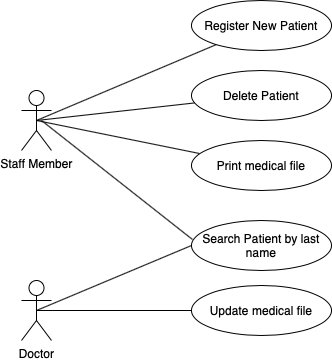
This is Design/use_case.png from bianchimichele/Progetto_Ing_sw_Bianchi_Michele, a draw.io export, as it was before one commit. Source tidied: cells renumbered, new cells last; positions are measured from the earlier drawing's top-left corner, leaving out a move shared by most shapes. The source it was exported from:
```xml
<mxGraphModel background="#ffffff">
  <root>
    <mxCell id="0" />
    <mxCell id="1" parent="0" />
    <mxCell id="2" value="Staff Member" style="shape=umlActor;verticalLabelPosition=bottom;verticalAlign=top;html=1;outlineConnect=0;" parent="1" vertex="1">
      <mxGeometry y="90" width="30" height="60" as="geometry" />
    </mxCell>
    <mxCell id="3" value="Doctor" style="shape=umlActor;verticalLabelPosition=bottom;verticalAlign=top;html=1;outlineConnect=0;" parent="1" vertex="1">
      <mxGeometry y="280" width="30" height="60" as="geometry" />
    </mxCell>
    <mxCell id="4" value="Register New Patient" style="ellipse;whiteSpace=wrap;html=1;" parent="1" vertex="1">
      <mxGeometry x="170" width="140" height="50" as="geometry" />
    </mxCell>
    <mxCell id="5" value="Delete Patient" style="ellipse;whiteSpace=wrap;html=1;" parent="1" vertex="1">
      <mxGeometry x="170" y="70" width="140" height="50" as="geometry" />
    </mxCell>
    <mxCell id="6" value="Print medical file" style="ellipse;whiteSpace=wrap;html=1;" parent="1" vertex="1">
      <mxGeometry x="170" y="140" width="140" height="50" as="geometry" />
    </mxCell>
    <mxCell id="7" value="Update medical file" style="ellipse;whiteSpace=wrap;html=1;" parent="1" vertex="1">
      <mxGeometry x="170" y="285" width="140" height="50" as="geometry" />
    </mxCell>
    <mxCell id="8" value="Search Patient by last name" style="ellipse;whiteSpace=wrap;html=1;" parent="1" vertex="1">
      <mxGeometry x="170" y="220" width="140" height="50" as="geometry" />
    </mxCell>
    <mxCell id="9" style="endArrow=none;html=1;exitX=0.5;exitY=0.5;exitDx=0;exitDy=0;exitPerimeter=0;" parent="1" edge="1" source="2" target="4">
      <mxGeometry relative="1" as="geometry" />
    </mxCell>
    <mxCell id="10" style="endArrow=none;html=1;exitX=0.5;exitY=0.5;exitDx=0;exitDy=0;exitPerimeter=0;" parent="1" edge="1" source="2" target="5">
      <mxGeometry relative="1" as="geometry" />
    </mxCell>
    <mxCell id="11" style="endArrow=none;html=1;entryX=0.057;entryY=0.26;entryDx=0;entryDy=0;entryPerimeter=0;exitX=0.5;exitY=0.5;exitDx=0;exitDy=0;exitPerimeter=0;" parent="1" edge="1" source="2" target="6">
      <mxGeometry relative="1" as="geometry" />
    </mxCell>
    <mxCell id="12" style="endArrow=none;html=1;entryX=0.007;entryY=0.38;entryDx=0;entryDy=0;entryPerimeter=0;" parent="1" edge="1" target="8">
      <mxGeometry relative="1" as="geometry">
        <mxPoint x="20" y="120" as="sourcePoint" />
      </mxGeometry>
    </mxCell>
    <mxCell id="13" style="endArrow=none;html=1;exitX=0.5;exitY=0.5;exitDx=0;exitDy=0;exitPerimeter=0;entryX=0;entryY=0.5;entryDx=0;entryDy=0;" parent="1" edge="1" source="3" target="8">
      <mxGeometry relative="1" as="geometry" />
    </mxCell>
    <mxCell id="14" style="endArrow=none;html=1;exitX=0.5;exitY=0.5;exitDx=0;exitDy=0;exitPerimeter=0;entryX=0;entryY=0.5;entryDx=0;entryDy=0;" parent="1" edge="1" source="3" target="7">
      <mxGeometry relative="1" as="geometry" />
    </mxCell>
  </root>
</mxGraphModel>
```
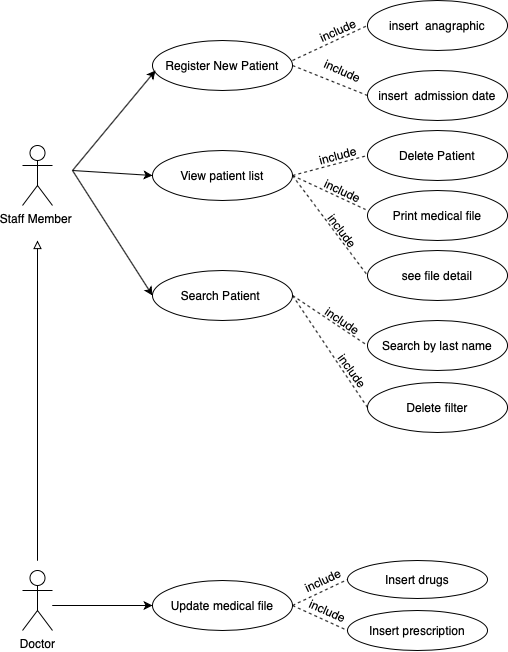
After the commit.

Change to the diagram source:
```diff
@@ -2,46 +2,133 @@
   <root>
     <mxCell id="0" />
     <mxCell id="1" parent="0" />
+    <mxCell id="15" style="edgeStyle=orthogonalEdgeStyle;rounded=0;orthogonalLoop=1;jettySize=auto;html=1;endArrow=block;endFill=0;" parent="1" edge="1">
+      <mxGeometry relative="1" as="geometry">
+        <mxPoint x="-5" y="490" as="sourcePoint" />
+        <mxPoint x="-5" y="170" as="targetPoint" />
+      </mxGeometry>
+    </mxCell>
-    <mxCell id="2" value="Staff Member" style="shape=umlActor;verticalLabelPosition=bottom;verticalAlign=top;html=1;outlineConnect=0;" parent="1" vertex="1">
-      <mxGeometry y="90" width="30" height="60" as="geometry" />
+    <mxCell id="2" value="Doctor&lt;br&gt;" style="shape=umlActor;verticalLabelPosition=bottom;verticalAlign=top;html=1;outlineConnect=0;" parent="1" vertex="1">
+      <mxGeometry x="-20" y="500" width="30" height="60" as="geometry" />
     </mxCell>
-    <mxCell id="3" value="Doctor" style="shape=umlActor;verticalLabelPosition=bottom;verticalAlign=top;html=1;outlineConnect=0;" parent="1" vertex="1">
-      <mxGeometry y="280" width="30" height="60" as="geometry" />
+    <mxCell id="3" value="Staff Member&amp;nbsp;" style="shape=umlActor;verticalLabelPosition=bottom;verticalAlign=top;html=1;outlineConnect=0;" parent="1" vertex="1">
+      <mxGeometry x="-20" y="75" width="30" height="60" as="geometry" />
     </mxCell>
     <mxCell id="4" value="Register New Patient" style="ellipse;whiteSpace=wrap;html=1;" parent="1" vertex="1">
-      <mxGeometry x="170" width="140" height="50" as="geometry" />
+      <mxGeometry x="110" y="-30" width="140" height="50" as="geometry" />
     </mxCell>
     <mxCell id="5" value="Delete Patient" style="ellipse;whiteSpace=wrap;html=1;" parent="1" vertex="1">
-      <mxGeometry x="170" y="70" width="140" height="50" as="geometry" />
+      <mxGeometry x="325" y="60" width="140" height="50" as="geometry" />
     </mxCell>
     <mxCell id="6" value="Print medical file" style="ellipse;whiteSpace=wrap;html=1;" parent="1" vertex="1">
-      <mxGeometry x="170" y="140" width="140" height="50" as="geometry" />
+      <mxGeometry x="325" y="120" width="140" height="50" as="geometry" />
     </mxCell>
     <mxCell id="7" value="Update medical file" style="ellipse;whiteSpace=wrap;html=1;" parent="1" vertex="1">
-      <mxGeometry x="170" y="285" width="140" height="50" as="geometry" />
+      <mxGeometry x="110" y="510" width="140" height="50" as="geometry" />
     </mxCell>
-    <mxCell id="8" value="Search Patient by last name" style="ellipse;whiteSpace=wrap;html=1;" parent="1" vertex="1">
-      <mxGeometry x="170" y="220" width="140" height="50" as="geometry" />
+    <mxCell id="8" value="Search Patient&amp;nbsp;" style="ellipse;whiteSpace=wrap;html=1;" parent="1" vertex="1">
+      <mxGeometry x="110" y="200" width="140" height="50" as="geometry" />
     </mxCell>
-    <mxCell id="9" style="endArrow=none;html=1;exitX=0.5;exitY=0.5;exitDx=0;exitDy=0;exitPerimeter=0;" parent="1" edge="1" source="2" target="4">
-      <mxGeometry relative="1" as="geometry" />
-    </mxCell>
-    <mxCell id="10" style="endArrow=none;html=1;exitX=0.5;exitY=0.5;exitDx=0;exitDy=0;exitPerimeter=0;" parent="1" edge="1" source="2" target="5">
-      <mxGeometry relative="1" as="geometry" />
-    </mxCell>
-    <mxCell id="11" style="endArrow=none;html=1;entryX=0.057;entryY=0.26;entryDx=0;entryDy=0;entryPerimeter=0;exitX=0.5;exitY=0.5;exitDx=0;exitDy=0;exitPerimeter=0;" parent="1" edge="1" source="2" target="6">
-      <mxGeometry relative="1" as="geometry" />
-    </mxCell>
-    <mxCell id="12" style="endArrow=none;html=1;entryX=0.007;entryY=0.38;entryDx=0;entryDy=0;entryPerimeter=0;" parent="1" edge="1" target="8">
-      <mxGeometry relative="1" as="geometry">
-        <mxPoint x="20" y="120" as="sourcePoint" />
-      </mxGeometry>
-    </mxCell>
-    <mxCell id="13" style="endArrow=none;html=1;exitX=0.5;exitY=0.5;exitDx=0;exitDy=0;exitPerimeter=0;entryX=0;entryY=0.5;entryDx=0;entryDy=0;" parent="1" edge="1" source="3" target="8">
-      <mxGeometry relative="1" as="geometry" />
-    </mxCell>
-    <mxCell id="14" style="endArrow=none;html=1;exitX=0.5;exitY=0.5;exitDx=0;exitDy=0;exitPerimeter=0;entryX=0;entryY=0.5;entryDx=0;entryDy=0;" parent="1" edge="1" source="3" target="7">
-      <mxGeometry relative="1" as="geometry" />
-    </mxCell>
+    <mxCell id="16" value="View patient list" style="ellipse;whiteSpace=wrap;html=1;" parent="1" vertex="1">
+      <mxGeometry x="110" y="80" width="140" height="50" as="geometry" />
+    </mxCell>
+    <mxCell id="17" value="insert &amp;nbsp;anagraphic" style="ellipse;whiteSpace=wrap;html=1;" parent="1" vertex="1">
+      <mxGeometry x="325" y="-70" width="140" height="50" as="geometry" />
+    </mxCell>
+    <mxCell id="18" value="insert &amp;nbsp;admission date" style="ellipse;whiteSpace=wrap;html=1;" parent="1" vertex="1">
+      <mxGeometry x="325" width="140" height="50" as="geometry" />
+    </mxCell>
+    <mxCell id="19" value="see file detail" style="ellipse;whiteSpace=wrap;html=1;" parent="1" vertex="1">
+      <mxGeometry x="325" y="180" width="140" height="50" as="geometry" />
+    </mxCell>
+    <mxCell id="20" value="Search by last name" style="ellipse;whiteSpace=wrap;html=1;" parent="1" vertex="1">
+      <mxGeometry x="325" y="250" width="140" height="50" as="geometry" />
+    </mxCell>
+    <mxCell id="21" value="Delete filter" style="ellipse;whiteSpace=wrap;html=1;" parent="1" vertex="1">
+      <mxGeometry x="325" y="312" width="140" height="50" as="geometry" />
+    </mxCell>
+    <mxCell id="22" style="endArrow=classic;html=1;" parent="1" edge="1">
+      <mxGeometry relative="1" as="geometry">
+        <mxPoint x="30" y="100" as="sourcePoint" />
+        <mxPoint x="113" as="targetPoint" />
+      </mxGeometry>
+    </mxCell>
+    <mxCell id="23" style="endArrow=none;dashed=1;html=1;entryX=0;entryY=0.5;entryDx=0;entryDy=0;" parent="1" edge="1" target="17">
+      <mxGeometry relative="1" as="geometry">
+        <mxPoint x="250" y="-10" as="sourcePoint" />
+      </mxGeometry>
+    </mxCell>
+    <mxCell id="24" style="endArrow=none;dashed=1;html=1;entryX=0;entryY=0.5;entryDx=0;entryDy=0;exitX=1;exitY=0.5;exitDx=0;exitDy=0;" parent="1" edge="1" source="4" target="18">
+      <mxGeometry relative="1" as="geometry" />
+    </mxCell>
+    <mxCell id="25" style="endArrow=none;dashed=1;html=1;entryX=0;entryY=0.5;entryDx=0;entryDy=0;exitX=1;exitY=0.5;exitDx=0;exitDy=0;" parent="1" edge="1" source="16" target="5">
+      <mxGeometry relative="1" as="geometry" />
+    </mxCell>
+    <mxCell id="26" style="endArrow=none;dashed=1;html=1;entryX=-0.014;entryY=0.38;entryDx=0;entryDy=0;exitX=1;exitY=0.5;exitDx=0;exitDy=0;entryPerimeter=0;" parent="1" edge="1" source="16" target="6">
+      <mxGeometry relative="1" as="geometry" />
+    </mxCell>
+    <mxCell id="27" style="endArrow=none;dashed=1;html=1;entryX=0;entryY=0.5;entryDx=0;entryDy=0;exitX=1;exitY=0.5;exitDx=0;exitDy=0;" parent="1" edge="1" source="16" target="19">
+      <mxGeometry relative="1" as="geometry" />
+    </mxCell>
+    <mxCell id="28" style="endArrow=classic;html=1;entryX=0;entryY=0.5;entryDx=0;entryDy=0;" parent="1" edge="1" target="16">
+      <mxGeometry relative="1" as="geometry">
+        <mxPoint x="30" y="100" as="sourcePoint" />
+      </mxGeometry>
+    </mxCell>
+    <mxCell id="29" style="endArrow=classic;html=1;entryX=0;entryY=0.5;entryDx=0;entryDy=0;" parent="1" edge="1" target="8">
+      <mxGeometry relative="1" as="geometry">
+        <mxPoint x="30" y="100" as="sourcePoint" />
+      </mxGeometry>
+    </mxCell>
+    <mxCell id="30" style="endArrow=none;dashed=1;html=1;entryX=0;entryY=0.5;entryDx=0;entryDy=0;exitX=1;exitY=0.5;exitDx=0;exitDy=0;" parent="1" edge="1" source="8" target="20">
+      <mxGeometry relative="1" as="geometry" />
+    </mxCell>
+    <mxCell id="31" style="endArrow=none;dashed=1;html=1;entryX=0;entryY=0.5;entryDx=0;entryDy=0;exitX=1;exitY=0.5;exitDx=0;exitDy=0;" parent="1" edge="1" source="8" target="21">
+      <mxGeometry relative="1" as="geometry" />
+    </mxCell>
+    <mxCell id="32" value="Insert drugs" style="ellipse;whiteSpace=wrap;html=1;" parent="1" vertex="1">
+      <mxGeometry x="305" y="490" width="140" height="38" as="geometry" />
+    </mxCell>
+    <mxCell id="33" value="Insert prescription" style="ellipse;whiteSpace=wrap;html=1;" parent="1" vertex="1">
+      <mxGeometry x="305" y="540" width="140" height="40" as="geometry" />
+    </mxCell>
+    <mxCell id="34" style="endArrow=none;dashed=1;html=1;entryX=0;entryY=0.5;entryDx=0;entryDy=0;exitX=1;exitY=0.5;exitDx=0;exitDy=0;" parent="1" edge="1" source="7" target="32">
+      <mxGeometry relative="1" as="geometry" />
+    </mxCell>
+    <mxCell id="35" style="endArrow=none;dashed=1;html=1;entryX=0;entryY=0.5;entryDx=0;entryDy=0;exitX=1;exitY=0.5;exitDx=0;exitDy=0;" parent="1" edge="1" source="7" target="33">
+      <mxGeometry relative="1" as="geometry" />
+    </mxCell>
+    <mxCell id="36" style="endArrow=classic;html=1;entryX=0;entryY=0.5;entryDx=0;entryDy=0;" parent="1" edge="1" target="7">
+      <mxGeometry relative="1" as="geometry">
+        <mxPoint x="10" y="535" as="sourcePoint" />
+      </mxGeometry>
+    </mxCell>
+    <mxCell id="37" value="include" style="text;html=1;align=center;verticalAlign=middle;rotation=-24;" parent="1" vertex="1">
+      <mxGeometry x="270" y="-50" width="50" height="20" as="geometry" />
+    </mxCell>
+    <mxCell id="38" value="include" style="text;html=1;align=center;verticalAlign=middle;rotation=24;" parent="1" vertex="1">
+      <mxGeometry x="275" y="-10" width="50" height="20" as="geometry" />
+    </mxCell>
+    <mxCell id="39" value="include" style="text;html=1;align=center;verticalAlign=middle;rotation=-15;" parent="1" vertex="1">
+      <mxGeometry x="270" y="75" width="50" height="20" as="geometry" />
+    </mxCell>
+    <mxCell id="40" value="include" style="text;html=1;align=center;verticalAlign=middle;rotation=25;" parent="1" vertex="1">
+      <mxGeometry x="275" y="110" width="50" height="20" as="geometry" />
+    </mxCell>
+    <mxCell id="41" value="include" style="text;html=1;align=center;verticalAlign=middle;rotation=53;" parent="1" vertex="1">
+      <mxGeometry x="275" y="150" width="50" height="20" as="geometry" />
+    </mxCell>
+    <mxCell id="42" value="include" style="text;html=1;align=center;verticalAlign=middle;rotation=34;" parent="1" vertex="1">
+      <mxGeometry x="275" y="240" width="50" height="20" as="geometry" />
+    </mxCell>
+    <mxCell id="43" value="include" style="text;html=1;align=center;verticalAlign=middle;rotation=54;" parent="1" vertex="1">
+      <mxGeometry x="285" y="290" width="50" height="20" as="geometry" />
+    </mxCell>
+    <mxCell id="44" value="include" style="text;html=1;align=center;verticalAlign=middle;rotation=335;" parent="1" vertex="1">
+      <mxGeometry x="255" y="500" width="50" height="20" as="geometry" />
+    </mxCell>
+    <mxCell id="45" value="include" style="text;html=1;align=center;verticalAlign=middle;rotation=24;" parent="1" vertex="1">
+      <mxGeometry x="260" y="530" width="50" height="20" as="geometry" />
+    </mxCell>
   </root>
 </mxGraphModel>
```
